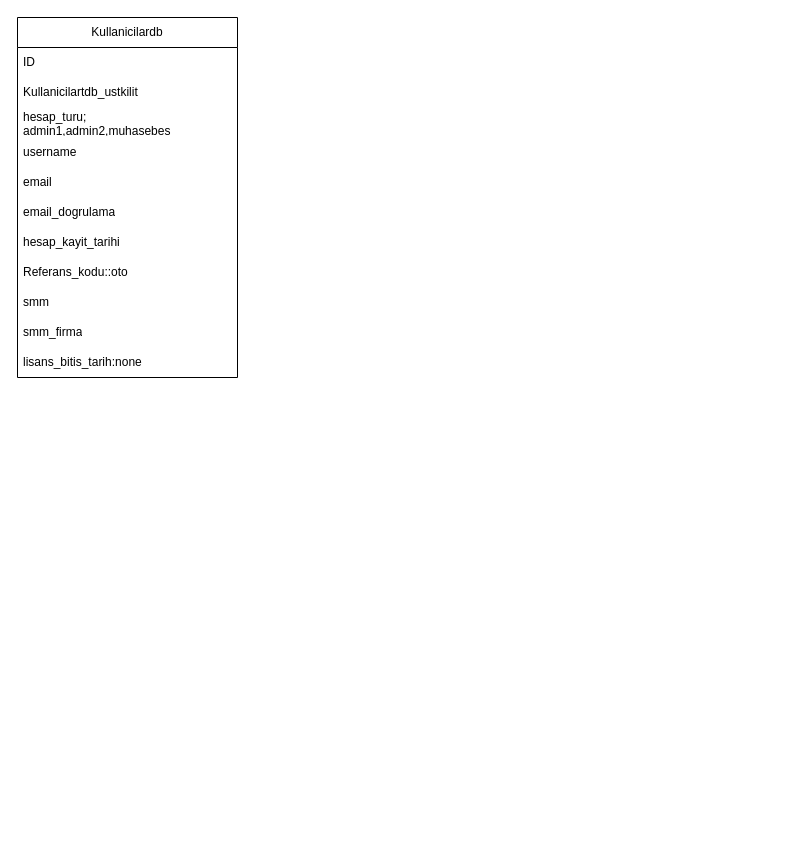
The draw.io diagram ware_finans/dbprogramlama/muhasebedb.drawio in habipels/ware_finans, before the edit. Source tidied: cells renumbered, new cells numbered last; positions are measured from the earlier drawing's top-left corner, leaving out a move shared by most shapes. Both pictures are drawn from the tidied source at 100%, with x=0, y=0 at pixel (17, 17).
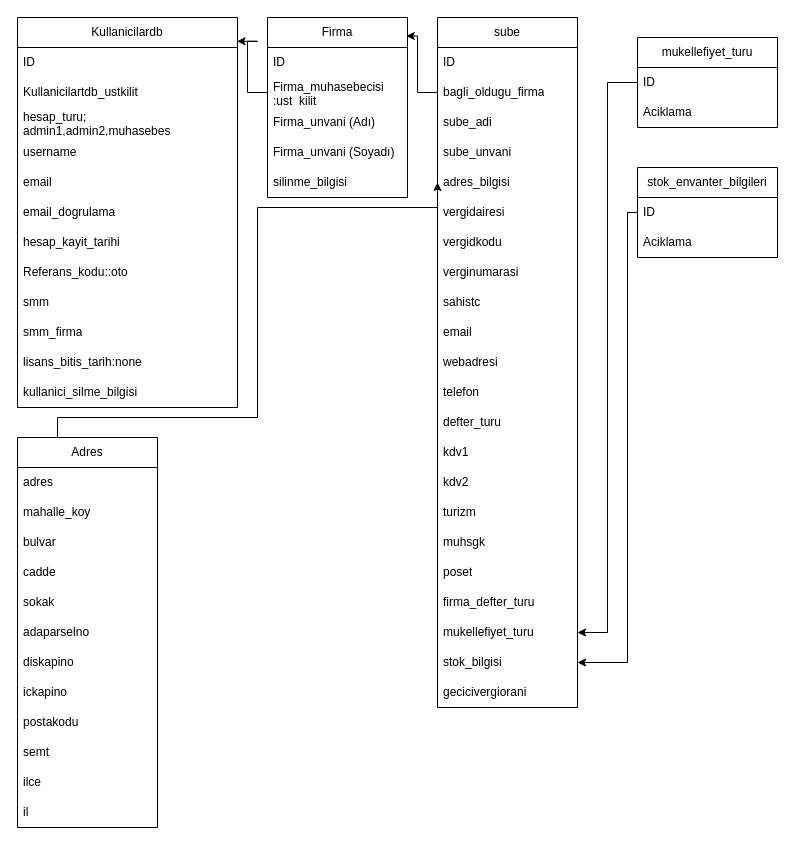
Above is the later version.

Commit message:
#database modelleme

Diff of the diagram source:
```diff
@@
     <mxCell id="2" value="Kullanicilardb" style="swimlane;fontStyle=0;horizontal=1;startSize=30;whiteSpace=wrap;html=1;" parent="1" vertex="1">
-      <mxGeometry width="220" height="360" as="geometry" />
+      <mxGeometry width="220" height="390" as="geometry" />
     </mxCell>
@@
+    <mxCell id="14" value="lisans_bitis_tarih:none" style="text;strokeColor=none;fillColor=none;align=left;verticalAlign=middle;spacingLeft=4;spacingRight=4;overflow=hidden;whiteSpace=wrap;html=1;" parent="2" vertex="1">
+      <mxGeometry y="330" width="220" height="30" as="geometry" />
+    </mxCell>
-    <mxCell id="13" value="lisans_bitis_tarih:none" style="text;strokeColor=none;fillColor=none;align=left;verticalAlign=middle;spacingLeft=4;spacingRight=4;overflow=hidden;whiteSpace=wrap;html=1;" parent="2" vertex="1">
-      <mxGeometry y="330" width="220" height="30" as="geometry" />
+    <mxCell id="13" value="kullanici_silme_bilgisi" style="text;strokeColor=none;fillColor=none;align=left;verticalAlign=middle;spacingLeft=4;spacingRight=4;overflow=hidden;whiteSpace=wrap;html=1;" parent="2" vertex="1">
+      <mxGeometry y="360" width="220" height="30" as="geometry" />
     </mxCell>
+    <mxCell id="15" value="Firma" style="swimlane;fontStyle=0;horizontal=1;startSize=30;whiteSpace=wrap;html=1;" parent="1" vertex="1">
+      <mxGeometry x="250" width="140" height="180" as="geometry" />
+    </mxCell>
+    <mxCell id="16" value="ID" style="text;strokeColor=none;fillColor=none;align=left;verticalAlign=middle;spacingLeft=4;spacingRight=4;overflow=hidden;whiteSpace=wrap;html=1;" parent="15" vertex="1">
+      <mxGeometry y="30" width="140" height="30" as="geometry" />
+    </mxCell>
+    <mxCell id="17" value="Firma_muhasebecisi :ust_kilit" style="text;strokeColor=none;fillColor=none;align=left;verticalAlign=middle;spacingLeft=4;spacingRight=4;overflow=hidden;points=[[0,0.5],[1,0.5]];portConstraint=eastwest;whiteSpace=wrap;html=1;" parent="15" vertex="1">
+      <mxGeometry y="60" width="140" height="30" as="geometry" />
+    </mxCell>
+    <mxCell id="18" value="Firma_unvani (Adı)" style="text;strokeColor=none;fillColor=none;align=left;verticalAlign=middle;spacingLeft=4;spacingRight=4;overflow=hidden;whiteSpace=wrap;html=1;" parent="15" vertex="1">
+      <mxGeometry y="90" width="140" height="30" as="geometry" />
+    </mxCell>
+    <mxCell id="19" value="Firma_unvani (Soyadı)" style="text;strokeColor=none;fillColor=none;align=left;verticalAlign=middle;spacingLeft=4;spacingRight=4;overflow=hidden;whiteSpace=wrap;html=1;" parent="15" vertex="1">
+      <mxGeometry y="120" width="140" height="30" as="geometry" />
+    </mxCell>
+    <mxCell id="20" value="silinme_bilgisi" style="text;strokeColor=none;fillColor=none;align=left;verticalAlign=middle;spacingLeft=4;spacingRight=4;overflow=hidden;whiteSpace=wrap;html=1;" parent="15" vertex="1">
+      <mxGeometry y="150" width="140" height="30" as="geometry" />
+    </mxCell>
+    <mxCell id="21" style="edgeStyle=orthogonalEdgeStyle;rounded=0;jettySize=auto;html=1;entryX=0.998;entryY=0.061;entryDx=0;entryDy=0;entryPerimeter=0;" parent="1" edge="1" source="17" target="2">
+      <mxGeometry relative="1" as="geometry" />
+    </mxCell>
+    <mxCell id="22" value="sube&lt;br&gt;" style="swimlane;fontStyle=0;horizontal=1;startSize=30;whiteSpace=wrap;html=1;" parent="1" vertex="1">
+      <mxGeometry x="420" width="140" height="690" as="geometry" />
+    </mxCell>
+    <mxCell id="23" value="ID" style="text;strokeColor=none;fillColor=none;align=left;verticalAlign=middle;spacingLeft=4;spacingRight=4;overflow=hidden;whiteSpace=wrap;html=1;" parent="22" vertex="1">
+      <mxGeometry y="30" width="140" height="30" as="geometry" />
+    </mxCell>
+    <mxCell id="24" value="bagli_oldugu_firma" style="text;strokeColor=none;fillColor=none;align=left;verticalAlign=middle;spacingLeft=4;spacingRight=4;overflow=hidden;points=[[0,0.5],[1,0.5]];portConstraint=eastwest;whiteSpace=wrap;html=1;" parent="22" vertex="1">
+      <mxGeometry y="60" width="140" height="30" as="geometry" />
+    </mxCell>
+    <mxCell id="25" value="sube_adi" style="text;strokeColor=none;fillColor=none;align=left;verticalAlign=middle;spacingLeft=4;spacingRight=4;overflow=hidden;whiteSpace=wrap;html=1;" parent="22" vertex="1">
+      <mxGeometry y="90" width="140" height="30" as="geometry" />
+    </mxCell>
+    <mxCell id="26" value="sube_unvani" style="text;strokeColor=none;fillColor=none;align=left;verticalAlign=middle;spacingLeft=4;spacingRight=4;overflow=hidden;whiteSpace=wrap;html=1;" parent="22" vertex="1">
+      <mxGeometry y="120" width="140" height="30" as="geometry" />
+    </mxCell>
+    <mxCell id="27" value="adres_bilgisi" style="text;strokeColor=none;fillColor=none;align=left;verticalAlign=middle;spacingLeft=4;spacingRight=4;overflow=hidden;points=[[0,0.5],[1,0.5]];portConstraint=eastwest;whiteSpace=wrap;html=1;" parent="22" vertex="1">
+      <mxGeometry y="150" width="140" height="30" as="geometry" />
+    </mxCell>
+    <mxCell id="28" value="vergidairesi" style="text;strokeColor=none;fillColor=none;align=left;verticalAlign=middle;spacingLeft=4;spacingRight=4;overflow=hidden;whiteSpace=wrap;html=1;" parent="22" vertex="1">
+      <mxGeometry y="180" width="140" height="30" as="geometry" />
+    </mxCell>
+    <mxCell id="29" value="vergidkodu" style="text;strokeColor=none;fillColor=none;align=left;verticalAlign=middle;spacingLeft=4;spacingRight=4;overflow=hidden;whiteSpace=wrap;html=1;" parent="22" vertex="1">
+      <mxGeometry y="210" width="140" height="30" as="geometry" />
+    </mxCell>
+    <mxCell id="30" value="verginumarasi" style="text;strokeColor=none;fillColor=none;align=left;verticalAlign=middle;spacingLeft=4;spacingRight=4;overflow=hidden;whiteSpace=wrap;html=1;" parent="22" vertex="1">
+      <mxGeometry y="240" width="140" height="30" as="geometry" />
+    </mxCell>
+    <mxCell id="31" value="sahistc" style="text;strokeColor=none;fillColor=none;align=left;verticalAlign=middle;spacingLeft=4;spacingRight=4;overflow=hidden;whiteSpace=wrap;html=1;" parent="22" vertex="1">
+      <mxGeometry y="270" width="140" height="30" as="geometry" />
+    </mxCell>
+    <mxCell id="32" value="email" style="text;strokeColor=none;fillColor=none;align=left;verticalAlign=middle;spacingLeft=4;spacingRight=4;overflow=hidden;whiteSpace=wrap;html=1;" parent="22" vertex="1">
+      <mxGeometry y="300" width="140" height="30" as="geometry" />
+    </mxCell>
+    <mxCell id="33" value="webadresi" style="text;strokeColor=none;fillColor=none;align=left;verticalAlign=middle;spacingLeft=4;spacingRight=4;overflow=hidden;whiteSpace=wrap;html=1;" parent="22" vertex="1">
+      <mxGeometry y="330" width="140" height="30" as="geometry" />
+    </mxCell>
+    <mxCell id="34" value="telefon" style="text;strokeColor=none;fillColor=none;align=left;verticalAlign=middle;spacingLeft=4;spacingRight=4;overflow=hidden;whiteSpace=wrap;html=1;" parent="22" vertex="1">
+      <mxGeometry y="360" width="140" height="30" as="geometry" />
+    </mxCell>
+    <mxCell id="35" value="defter_turu" style="text;strokeColor=none;fillColor=none;align=left;verticalAlign=middle;spacingLeft=4;spacingRight=4;overflow=hidden;whiteSpace=wrap;html=1;" parent="22" vertex="1">
+      <mxGeometry y="390" width="140" height="30" as="geometry" />
+    </mxCell>
+    <mxCell id="36" value="kdv1" style="text;strokeColor=none;fillColor=none;align=left;verticalAlign=middle;spacingLeft=4;spacingRight=4;overflow=hidden;whiteSpace=wrap;html=1;" parent="22" vertex="1">
+      <mxGeometry y="420" width="140" height="30" as="geometry" />
+    </mxCell>
+    <mxCell id="37" value="kdv2" style="text;strokeColor=none;fillColor=none;align=left;verticalAlign=middle;spacingLeft=4;spacingRight=4;overflow=hidden;whiteSpace=wrap;html=1;" parent="22" vertex="1">
+      <mxGeometry y="450" width="140" height="30" as="geometry" />
+    </mxCell>
+    <mxCell id="38" value="turizm" style="text;strokeColor=none;fillColor=none;align=left;verticalAlign=middle;spacingLeft=4;spacingRight=4;overflow=hidden;whiteSpace=wrap;html=1;" parent="22" vertex="1">
+      <mxGeometry y="480" width="140" height="30" as="geometry" />
+    </mxCell>
+    <mxCell id="39" value="muhsgk" style="text;strokeColor=none;fillColor=none;align=left;verticalAlign=middle;spacingLeft=4;spacingRight=4;overflow=hidden;whiteSpace=wrap;html=1;" parent="22" vertex="1">
+      <mxGeometry y="510" width="140" height="30" as="geometry" />
+    </mxCell>
+    <mxCell id="40" value="poset" style="text;strokeColor=none;fillColor=none;align=left;verticalAlign=middle;spacingLeft=4;spacingRight=4;overflow=hidden;whiteSpace=wrap;html=1;" parent="22" vertex="1">
+      <mxGeometry y="540" width="140" height="30" as="geometry" />
+    </mxCell>
+    <mxCell id="41" value="firma_defter_turu" style="text;strokeColor=none;fillColor=none;align=left;verticalAlign=middle;spacingLeft=4;spacingRight=4;overflow=hidden;whiteSpace=wrap;html=1;" parent="22" vertex="1">
+      <mxGeometry y="570" width="140" height="30" as="geometry" />
+    </mxCell>
+    <mxCell id="42" value="mukellefiyet_turu" style="text;strokeColor=none;fillColor=none;align=left;verticalAlign=middle;spacingLeft=4;spacingRight=4;overflow=hidden;points=[[0,0.5],[1,0.5]];portConstraint=eastwest;whiteSpace=wrap;html=1;" parent="22" vertex="1">
+      <mxGeometry y="600" width="140" height="30" as="geometry" />
+    </mxCell>
+    <mxCell id="43" value="stok_bilgisi" style="text;strokeColor=none;fillColor=none;align=left;verticalAlign=middle;spacingLeft=4;spacingRight=4;overflow=hidden;points=[[0,0.5],[1,0.5]];portConstraint=eastwest;whiteSpace=wrap;html=1;" parent="22" vertex="1">
+      <mxGeometry y="630" width="140" height="30" as="geometry" />
+    </mxCell>
+    <mxCell id="44" value="gecicivergiorani" style="text;strokeColor=none;fillColor=none;align=left;verticalAlign=middle;spacingLeft=4;spacingRight=4;overflow=hidden;whiteSpace=wrap;html=1;" parent="22" vertex="1">
+      <mxGeometry y="660" width="140" height="30" as="geometry" />
+    </mxCell>
+    <mxCell id="45" style="edgeStyle=orthogonalEdgeStyle;rounded=0;jettySize=auto;html=1;entryX=0.991;entryY=0.103;entryDx=0;entryDy=0;entryPerimeter=0;" parent="1" edge="1" source="24" target="15">
+      <mxGeometry relative="1" as="geometry" />
+    </mxCell>
+    <mxCell id="46" style="edgeStyle=orthogonalEdgeStyle;rounded=0;jettySize=auto;html=1;entryX=0;entryY=0.5;entryDx=0;entryDy=0;" parent="1" edge="1" source="47" target="27">
+      <mxGeometry relative="1" as="geometry">
+        <Array as="points">
+          <mxPoint x="40" y="400" />
+          <mxPoint x="240" y="400" />
+          <mxPoint x="240" y="190" />
+          <mxPoint x="420" y="190" />
+        </Array>
+      </mxGeometry>
+    </mxCell>
+    <mxCell id="47" value="Adres" style="swimlane;fontStyle=0;horizontal=1;startSize=30;whiteSpace=wrap;html=1;" parent="1" vertex="1">
+      <mxGeometry y="420" width="140" height="390" as="geometry" />
+    </mxCell>
+    <mxCell id="48" value="adres" style="text;strokeColor=none;fillColor=none;align=left;verticalAlign=middle;spacingLeft=4;spacingRight=4;overflow=hidden;whiteSpace=wrap;html=1;" parent="47" vertex="1">
+      <mxGeometry y="30" width="140" height="30" as="geometry" />
+    </mxCell>
+    <mxCell id="49" value="mahalle_koy" style="text;strokeColor=none;fillColor=none;align=left;verticalAlign=middle;spacingLeft=4;spacingRight=4;overflow=hidden;whiteSpace=wrap;html=1;" parent="47" vertex="1">
+      <mxGeometry y="60" width="140" height="30" as="geometry" />
+    </mxCell>
+    <mxCell id="50" value="bulvar" style="text;strokeColor=none;fillColor=none;align=left;verticalAlign=middle;spacingLeft=4;spacingRight=4;overflow=hidden;whiteSpace=wrap;html=1;" parent="47" vertex="1">
+      <mxGeometry y="90" width="140" height="30" as="geometry" />
+    </mxCell>
+    <mxCell id="51" value="cadde" style="text;strokeColor=none;fillColor=none;align=left;verticalAlign=middle;spacingLeft=4;spacingRight=4;overflow=hidden;whiteSpace=wrap;html=1;" parent="47" vertex="1">
+      <mxGeometry y="120" width="140" height="30" as="geometry" />
+    </mxCell>
+    <mxCell id="52" value="sokak" style="text;strokeColor=none;fillColor=none;align=left;verticalAlign=middle;spacingLeft=4;spacingRight=4;overflow=hidden;whiteSpace=wrap;html=1;" parent="47" vertex="1">
+      <mxGeometry y="150" width="140" height="30" as="geometry" />
+    </mxCell>
+    <mxCell id="53" value="adaparselno" style="text;strokeColor=none;fillColor=none;align=left;verticalAlign=middle;spacingLeft=4;spacingRight=4;overflow=hidden;whiteSpace=wrap;html=1;" parent="47" vertex="1">
+      <mxGeometry y="180" width="140" height="30" as="geometry" />
+    </mxCell>
+    <mxCell id="54" value="diskapino" style="text;strokeColor=none;fillColor=none;align=left;verticalAlign=middle;spacingLeft=4;spacingRight=4;overflow=hidden;whiteSpace=wrap;html=1;" parent="47" vertex="1">
+      <mxGeometry y="210" width="140" height="30" as="geometry" />
+    </mxCell>
+    <mxCell id="55" value="ickapino" style="text;strokeColor=none;fillColor=none;align=left;verticalAlign=middle;spacingLeft=4;spacingRight=4;overflow=hidden;whiteSpace=wrap;html=1;" parent="47" vertex="1">
+      <mxGeometry y="240" width="140" height="30" as="geometry" />
+    </mxCell>
+    <mxCell id="56" value="postakodu" style="text;strokeColor=none;fillColor=none;align=left;verticalAlign=middle;spacingLeft=4;spacingRight=4;overflow=hidden;whiteSpace=wrap;html=1;" parent="47" vertex="1">
+      <mxGeometry y="270" width="140" height="30" as="geometry" />
+    </mxCell>
+    <mxCell id="57" value="semt" style="text;strokeColor=none;fillColor=none;align=left;verticalAlign=middle;spacingLeft=4;spacingRight=4;overflow=hidden;whiteSpace=wrap;html=1;" parent="47" vertex="1">
+      <mxGeometry y="300" width="140" height="30" as="geometry" />
+    </mxCell>
+    <mxCell id="58" value="ilce" style="text;strokeColor=none;fillColor=none;align=left;verticalAlign=middle;spacingLeft=4;spacingRight=4;overflow=hidden;whiteSpace=wrap;html=1;" parent="47" vertex="1">
+      <mxGeometry y="330" width="140" height="30" as="geometry" />
+    </mxCell>
+    <mxCell id="59" value="il" style="text;strokeColor=none;fillColor=none;align=left;verticalAlign=middle;spacingLeft=4;spacingRight=4;overflow=hidden;whiteSpace=wrap;html=1;" parent="47" vertex="1">
+      <mxGeometry y="360" width="140" height="30" as="geometry" />
+    </mxCell>
+    <mxCell id="60" value="mukellefiyet_turu" style="swimlane;fontStyle=0;horizontal=1;startSize=30;whiteSpace=wrap;html=1;" parent="1" vertex="1">
+      <mxGeometry x="620" y="20" width="140" height="90" as="geometry" />
+    </mxCell>
+    <mxCell id="61" value="ID" style="text;strokeColor=none;fillColor=none;align=left;verticalAlign=middle;spacingLeft=4;spacingRight=4;overflow=hidden;points=[[0,0.5],[1,0.5]];portConstraint=eastwest;whiteSpace=wrap;html=1;" parent="60" vertex="1">
+      <mxGeometry y="30" width="140" height="30" as="geometry" />
+    </mxCell>
+    <mxCell id="62" value="Aciklama" style="text;strokeColor=none;fillColor=none;align=left;verticalAlign=middle;spacingLeft=4;spacingRight=4;overflow=hidden;whiteSpace=wrap;html=1;" parent="60" vertex="1">
+      <mxGeometry y="60" width="140" height="30" as="geometry" />
+    </mxCell>
+    <mxCell id="63" style="edgeStyle=orthogonalEdgeStyle;rounded=0;jettySize=auto;html=1;entryX=1;entryY=0.5;entryDx=0;entryDy=0;" parent="1" edge="1" source="64" target="43">
+      <mxGeometry relative="1" as="geometry">
+        <Array as="points">
+          <mxPoint x="610" y="195" />
+          <mxPoint x="610" y="645" />
+        </Array>
+      </mxGeometry>
+    </mxCell>
+    <mxCell id="64" value="stok_envanter_bilgileri" style="swimlane;fontStyle=0;horizontal=1;startSize=30;whiteSpace=wrap;html=1;" parent="1" vertex="1">
+      <mxGeometry x="620" y="150" width="140" height="90" as="geometry" />
+    </mxCell>
+    <mxCell id="65" value="ID" style="text;strokeColor=none;fillColor=none;align=left;verticalAlign=middle;spacingLeft=4;spacingRight=4;overflow=hidden;whiteSpace=wrap;html=1;" parent="64" vertex="1">
+      <mxGeometry y="30" width="140" height="30" as="geometry" />
+    </mxCell>
+    <mxCell id="66" value="Aciklama" style="text;strokeColor=none;fillColor=none;align=left;verticalAlign=middle;spacingLeft=4;spacingRight=4;overflow=hidden;whiteSpace=wrap;html=1;" parent="64" vertex="1">
+      <mxGeometry y="60" width="140" height="30" as="geometry" />
+    </mxCell>
+    <mxCell id="67" style="edgeStyle=orthogonalEdgeStyle;rounded=0;jettySize=auto;html=1;entryX=1;entryY=0.5;entryDx=0;entryDy=0;" parent="1" edge="1" source="61" target="42">
+      <mxGeometry relative="1" as="geometry" />
+    </mxCell>
```
